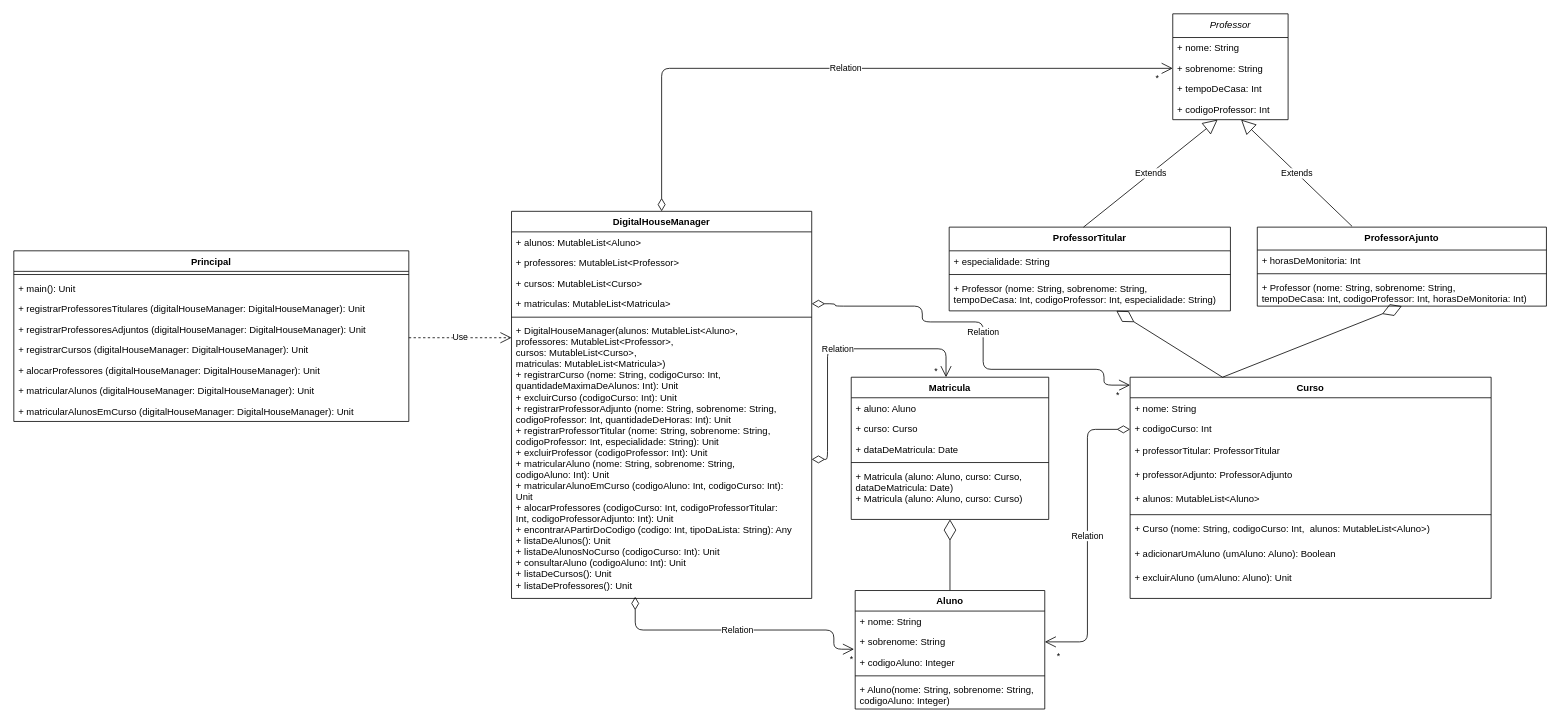
Earlier version of the draw.io diagram src/Diagrama.drawio (lucascoelh0/Aula-13-Desafio). Source tidied: cells renumbered, new cells numbered last; positions are measured from the earlier drawing's top-left corner, leaving out a move shared by most shapes. Both pictures are drawn from the tidied source at 79%, with x=0, y=0 at pixel (13, 13).
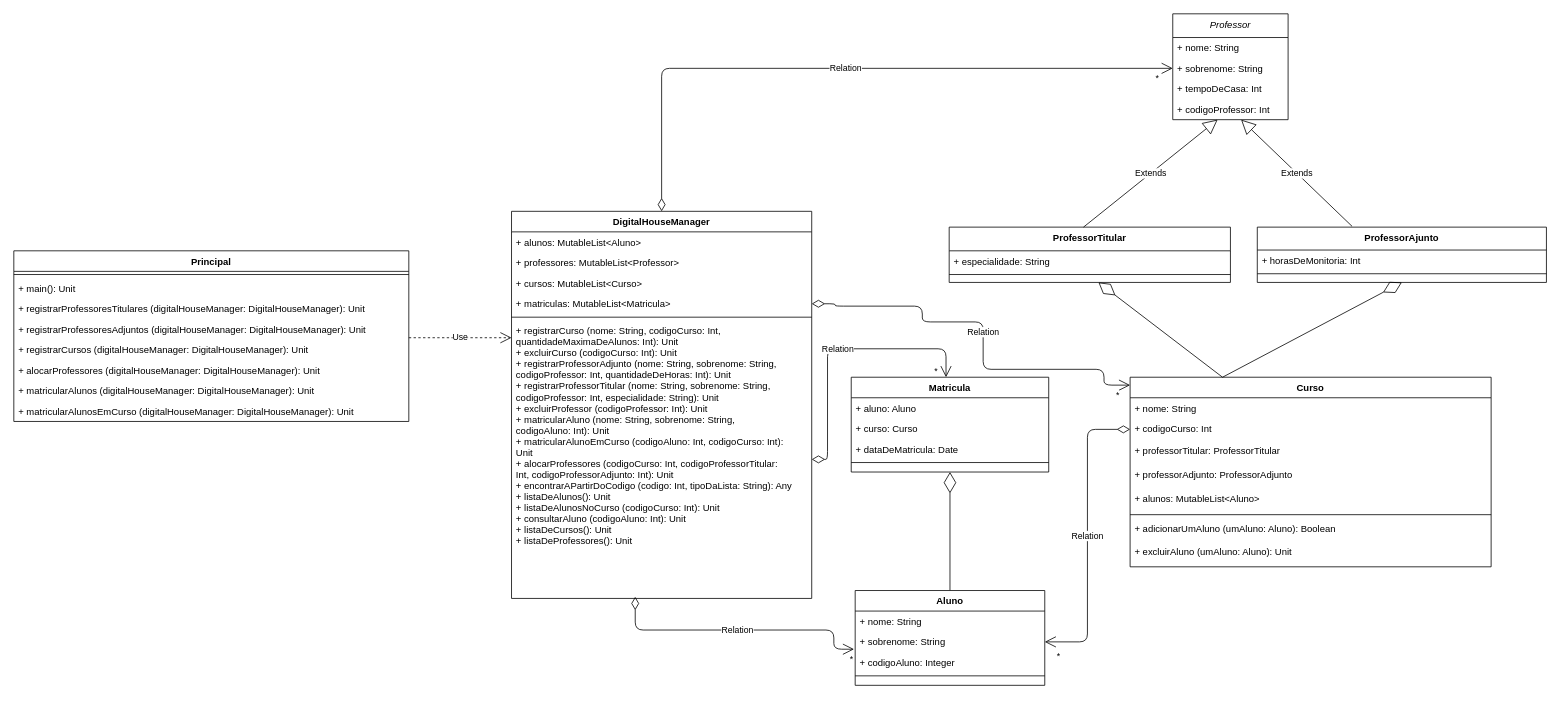
Above is the later version.

Commit message (it also covers changes not shown here):
Diagrama corrigido

The change refers to these unchanged cells:
```xml
<mxCell id="36" value="DigitalHouseManager" style="swimlane;fontStyle=1;align=center;verticalAlign=top;horizontal=1;startSize=26;" parent="1" vertex="1">
  <mxGeometry x="630" y="250" width="380" height="490" as="geometry" />
</mxCell>
```

The edit, as a diff of the source:
```diff
@@
     <mxCell id="3" value="ProfessorAjunto" style="swimlane;fontStyle=1;align=center;verticalAlign=top;horizontal=1;startSize=29;rounded=0;shadow=0;strokeWidth=1;" parent="1" vertex="1">
-      <mxGeometry x="1574" y="270" width="366" height="100" as="geometry" />
+      <mxGeometry x="1574" y="270" width="366" height="70" as="geometry" />
     </mxCell>
@@
-    <mxCell id="6" value="+ Professor (nome: String, sobrenome: String,&#10;tempoDeCasa: Int, codigoProfessor: Int, horasDeMonitoria: Int)&#10;" style="text;align=left;verticalAlign=top;spacingLeft=4;spacingRight=4;overflow=hidden;" parent="3" vertex="1">
-      <mxGeometry y="63" width="366" height="37" as="geometry" />
-    </mxCell>
     <mxCell id="7" value="ProfessorTitular" style="swimlane;fontStyle=1;align=center;verticalAlign=top;horizontal=1;startSize=30;rounded=0;shadow=0;strokeWidth=1;" parent="1" vertex="1">
-      <mxGeometry x="1184" y="270" width="356" height="106" as="geometry" />
+      <mxGeometry x="1184" y="270" width="356" height="70" as="geometry" />
     </mxCell>
@@
-    <mxCell id="11" value="+ Professor (nome: String, sobrenome: String,&#10;tempoDeCasa: Int, codigoProfessor: Int, especialidade: String)&#10;" style="text;align=left;verticalAlign=top;spacingLeft=4;spacingRight=4;overflow=hidden;points=[[0,0.5],[1,0.5]];portConstraint=eastwest;" parent="7" vertex="1">
-      <mxGeometry y="64" width="356" height="42" as="geometry" />
-    </mxCell>
@@
     <mxCell id="17" value="Curso" style="swimlane;fontStyle=1;align=center;verticalAlign=top;horizontal=1;startSize=26;rounded=0;shadow=0;strokeWidth=1;" parent="1" vertex="1">
-      <mxGeometry x="1413" y="460" width="457" height="280" as="geometry" />
+      <mxGeometry x="1413" y="460" width="457" height="240" as="geometry" />
     </mxCell>
@@
-    <mxCell id="24" value="+ Curso (nome: String, codigoCurso: Int,  alunos: MutableList&lt;Aluno&gt;)&#10;&#10;" style="text;align=left;verticalAlign=top;spacingLeft=4;spacingRight=4;overflow=hidden;" parent="17" vertex="1">
-      <mxGeometry y="178" width="457" height="32" as="geometry" />
-    </mxCell>
     <mxCell id="25" value="+ adicionarUmAluno (umAluno: Aluno): Boolean&#10;" style="text;align=left;verticalAlign=top;spacingLeft=4;spacingRight=4;overflow=hidden;" parent="17" vertex="1">
-      <mxGeometry y="210" width="457" height="30" as="geometry" />
+      <mxGeometry y="178" width="457" height="30" as="geometry" />
     </mxCell>
     <mxCell id="26" value="+ excluirAluno (umAluno: Aluno): Unit" style="text;align=left;verticalAlign=top;spacingLeft=4;spacingRight=4;overflow=hidden;" parent="17" vertex="1">
-      <mxGeometry y="240" width="457" height="30" as="geometry" />
+      <mxGeometry y="208" width="457" height="30" as="geometry" />
     </mxCell>
-    <mxCell id="27" style="endArrow=diamondThin;endFill=0;endSize=24;html=1;" parent="1" edge="1" target="11">
+    <mxCell id="27" style="endArrow=diamondThin;endFill=0;endSize=24;html=1;" parent="1" edge="1">
       <mxGeometry relative="1" as="geometry">
         <mxPoint x="1530" y="460" as="sourcePoint" />
+        <mxPoint x="1373" y="340" as="targetPoint" />
       </mxGeometry>
     </mxCell>
@@
     <mxCell id="30" value="Aluno" style="swimlane;fontStyle=1;align=center;verticalAlign=top;horizontal=1;startSize=26;rounded=0;shadow=0;strokeWidth=1;" parent="1" vertex="1">
-      <mxGeometry x="1065" y="730" width="240" height="150" as="geometry" />
+      <mxGeometry x="1065" y="730" width="240" height="120" as="geometry" />
     </mxCell>
@@
-    <mxCell id="35" value="+ Aluno(nome: String, sobrenome: String,&#10;codigoAluno: Integer)&#10;" style="text;align=left;verticalAlign=top;spacingLeft=4;spacingRight=4;overflow=hidden;" parent="30" vertex="1">
-      <mxGeometry y="112" width="240" height="38" as="geometry" />
-    </mxCell>
@@
-    <mxCell id="42" value="+ DigitalHouseManager(alunos: MutableList&lt;Aluno&gt;,&#10;professores: MutableList&lt;Professor&gt;,&#10;cursos: MutableList&lt;Curso&gt;,&#10;matriculas: MutableList&lt;Matricula&gt;)&#10;+ registrarCurso (nome: String, codigoCurso: Int,&#10;quantidadeMaximaDeAlunos: Int): Unit&#10;+ excluirCurso (codigoCurso: Int): Unit&#10;+ registrarProfessorAdjunto (nome: String, sobrenome: String, &#10;codigoProfessor: Int, quantidadeDeHoras: Int): Unit&#10;+ registrarProfessorTitular (nome: String, sobrenome: String,&#10;codigoProfessor: Int, especialidade: String): Unit&#10;+ excluirProfessor (codigoProfessor: Int): Unit&#10;+ matricularAluno (nome: String, sobrenome: String, &#10;codigoAluno: Int): Unit&#10;+ matricularAlunoEmCurso (codigoAluno: Int, codigoCurso: Int):&#10;Unit&#10;+ alocarProfessores (codigoCurso: Int, codigoProfessorTitular:&#10;Int, codigoProfessorAdjunto: Int): Unit&#10;+ encontrarAPartirDoCodigo (codigo: Int, tipoDaLista: String): Any&#10;+ listaDeAlunos(): Unit&#10;+ listaDeAlunosNoCurso (codigoCurso: Int): Unit&#10;+ consultarAluno (codigoAluno: Int): Unit&#10;+ listaDeCursos(): Unit&#10;+ listaDeProfessores(): Unit&#10;" style="text;strokeColor=none;fillColor=none;align=left;verticalAlign=top;spacingLeft=4;spacingRight=4;overflow=hidden;points=[[0,0.5],[1,0.5]];portConstraint=eastwest;" parent="36" vertex="1">
+    <mxCell id="42" value="+ registrarCurso (nome: String, codigoCurso: Int,&#10;quantidadeMaximaDeAlunos: Int): Unit&#10;+ excluirCurso (codigoCurso: Int): Unit&#10;+ registrarProfessorAdjunto (nome: String, sobrenome: String, &#10;codigoProfessor: Int, quantidadeDeHoras: Int): Unit&#10;+ registrarProfessorTitular (nome: String, sobrenome: String,&#10;codigoProfessor: Int, especialidade: String): Unit&#10;+ excluirProfessor (codigoProfessor: Int): Unit&#10;+ matricularAluno (nome: String, sobrenome: String, &#10;codigoAluno: Int): Unit&#10;+ matricularAlunoEmCurso (codigoAluno: Int, codigoCurso: Int):&#10;Unit&#10;+ alocarProfessores (codigoCurso: Int, codigoProfessorTitular:&#10;Int, codigoProfessorAdjunto: Int): Unit&#10;+ encontrarAPartirDoCodigo (codigo: Int, tipoDaLista: String): Any&#10;+ listaDeAlunos(): Unit&#10;+ listaDeAlunosNoCurso (codigoCurso: Int): Unit&#10;+ consultarAluno (codigoAluno: Int): Unit&#10;+ listaDeCursos(): Unit&#10;+ listaDeProfessores(): Unit&#10;" style="text;strokeColor=none;fillColor=none;align=left;verticalAlign=top;spacingLeft=4;spacingRight=4;overflow=hidden;points=[[0,0.5],[1,0.5]];portConstraint=eastwest;" parent="36" vertex="1">
       <mxGeometry y="138" width="380" height="352" as="geometry" />
     </mxCell>
@@
     <mxCell id="47" value="Matricula" style="swimlane;fontStyle=1;align=center;verticalAlign=top;horizontal=1;startSize=26;" parent="1" vertex="1">
-      <mxGeometry x="1060" y="460" width="250" height="180" as="geometry" />
+      <mxGeometry x="1060" y="460" width="250" height="120" as="geometry" />
     </mxCell>
@@
-    <mxCell id="52" value="+ Matricula (aluno: Aluno, curso: Curso,&#10;dataDeMatricula: Date)&#10;+ Matricula (aluno: Aluno, curso: Curso)&#10;" style="text;strokeColor=none;fillColor=none;align=left;verticalAlign=top;spacingLeft=4;spacingRight=4;overflow=hidden;points=[[0,0.5],[1,0.5]];portConstraint=eastwest;" parent="47" vertex="1">
-      <mxGeometry y="112" width="250" height="68" as="geometry" />
+    <mxCell id="52" value="&#10;" style="text;strokeColor=none;fillColor=none;align=left;verticalAlign=top;spacingLeft=4;spacingRight=4;overflow=hidden;points=[[0,0.5],[1,0.5]];portConstraint=eastwest;" parent="47" vertex="1">
+      <mxGeometry y="112" width="250" height="8" as="geometry" />
     </mxCell>
```
